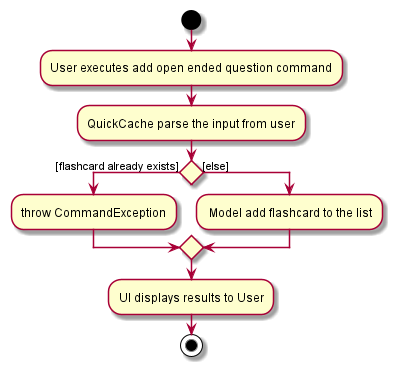
The PlantUML diagram docs/images/AddOpenEndedActivityDiagram.png in nus-cs2103-AY2021S1/tp, before a commit.
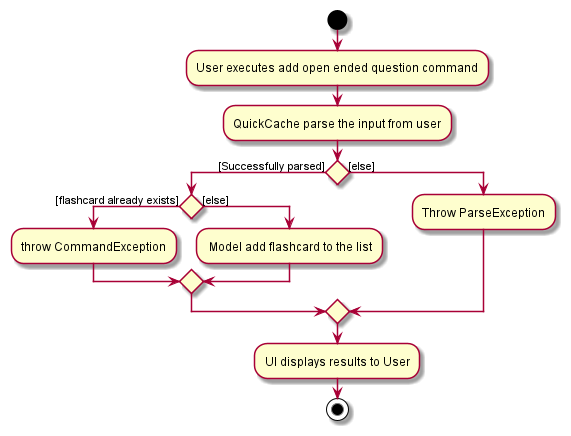
The same file after the commit.

Commit message:
Fixed activity diagram to show Parse Exception

Change to the diagram source:
```diff
@@ -3,12 +3,16 @@
 :User executes add open ended question command;
 :QuickCache parse the input from user;
 
+if() then ([Successfully parsed])
+    if () then ([flashcard already exists])
+        :throw CommandException;
+    else ([else])
+        : Model add flashcard to the list;
+    endif
+else ([else])
+    :Throw ParseException;
+endif
 
-if () then ([flashcard already exists])
-    :throw CommandException;
-else ([else])
-    : Model add flashcard to the list;
-endif
 :UI displays results to User;
 stop
 @enduml
```
